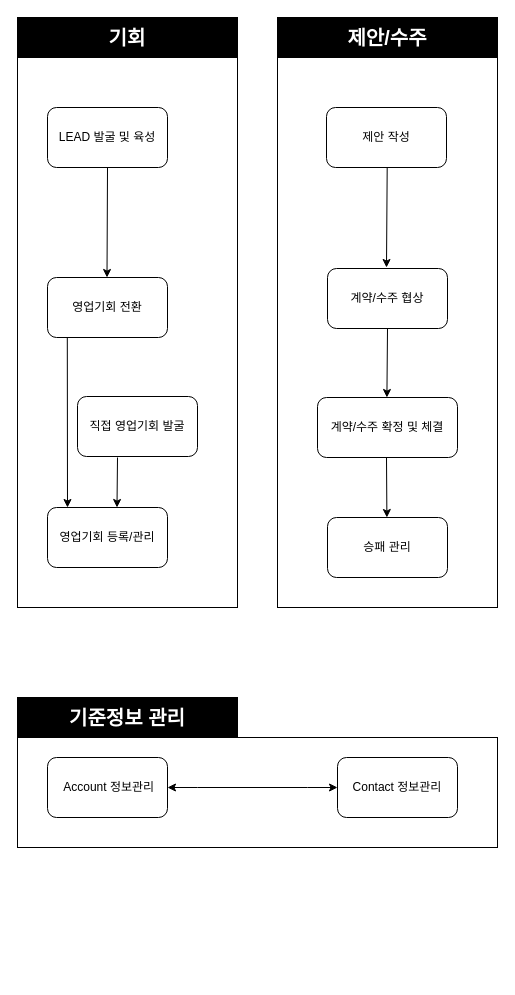
This is page "Process Map" (7 of 7) of cknet 오브젝트 및 프로세스.drawio from cknet-saleforce/newyork, a draw.io file, before an edit. Source tidied: cells renumbered, new cells numbered last; positions are measured from the earlier drawing's top-left corner, leaving out a move shared by most shapes. Both pictures are drawn from the tidied source at 100%, with x=0, y=0 at pixel (17, 17).
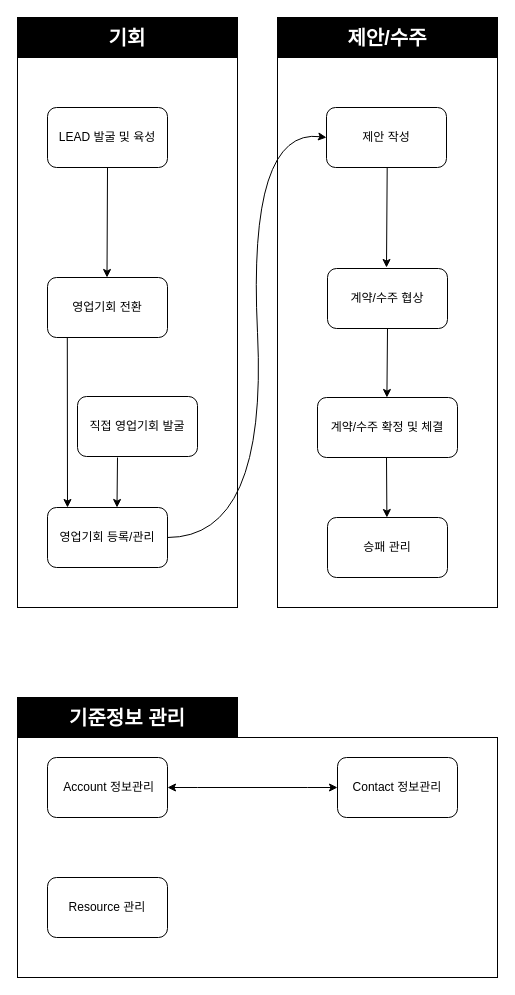
Above is the later version.

The change refers to these unchanged cells:
```xml
<mxCell id="7" value="영업기회 등록/관리" style="rounded=1;whiteSpace=wrap;html=1;strokeColor=#000000;fillColor=none;" parent="1" vertex="1">
  <mxGeometry x="30" y="490" width="120" height="60" as="geometry" />
</mxCell>
<mxCell id="11" value="제안 작성" style="rounded=1;whiteSpace=wrap;html=1;strokeColor=#000000;fillColor=none;" parent="1" vertex="1">
  <mxGeometry x="309" y="90" width="120" height="60" as="geometry" />
</mxCell>
```

The edit, as a diff of the source:
```diff
@@
     <mxCell id="21" style="rounded=0;whiteSpace=wrap;html=1;strokeColor=#000000;fillColor=none;" parent="1" vertex="1">
-      <mxGeometry y="720" width="480" height="110" as="geometry" />
+      <mxGeometry y="720" width="480" height="240" as="geometry" />
     </mxCell>
@@
+    <mxCell id="28" value="Resource 관리" style="rounded=1;whiteSpace=wrap;html=1;" parent="1" vertex="1">
+      <mxGeometry x="30" y="860" width="120" height="60" as="geometry" />
+    </mxCell>
+    <mxCell id="29" style="curved=1;endArrow=classic;html=1;rounded=0;exitX=1;exitY=0.5;exitDx=0;exitDy=0;entryX=0;entryY=0.5;entryDx=0;entryDy=0;" parent="1" edge="1" source="7" target="11">
+      <mxGeometry relative="1" as="geometry">
+        <Array as="points">
+          <mxPoint x="250" y="520" />
+          <mxPoint x="230" y="110" />
+        </Array>
+      </mxGeometry>
+    </mxCell>
```
